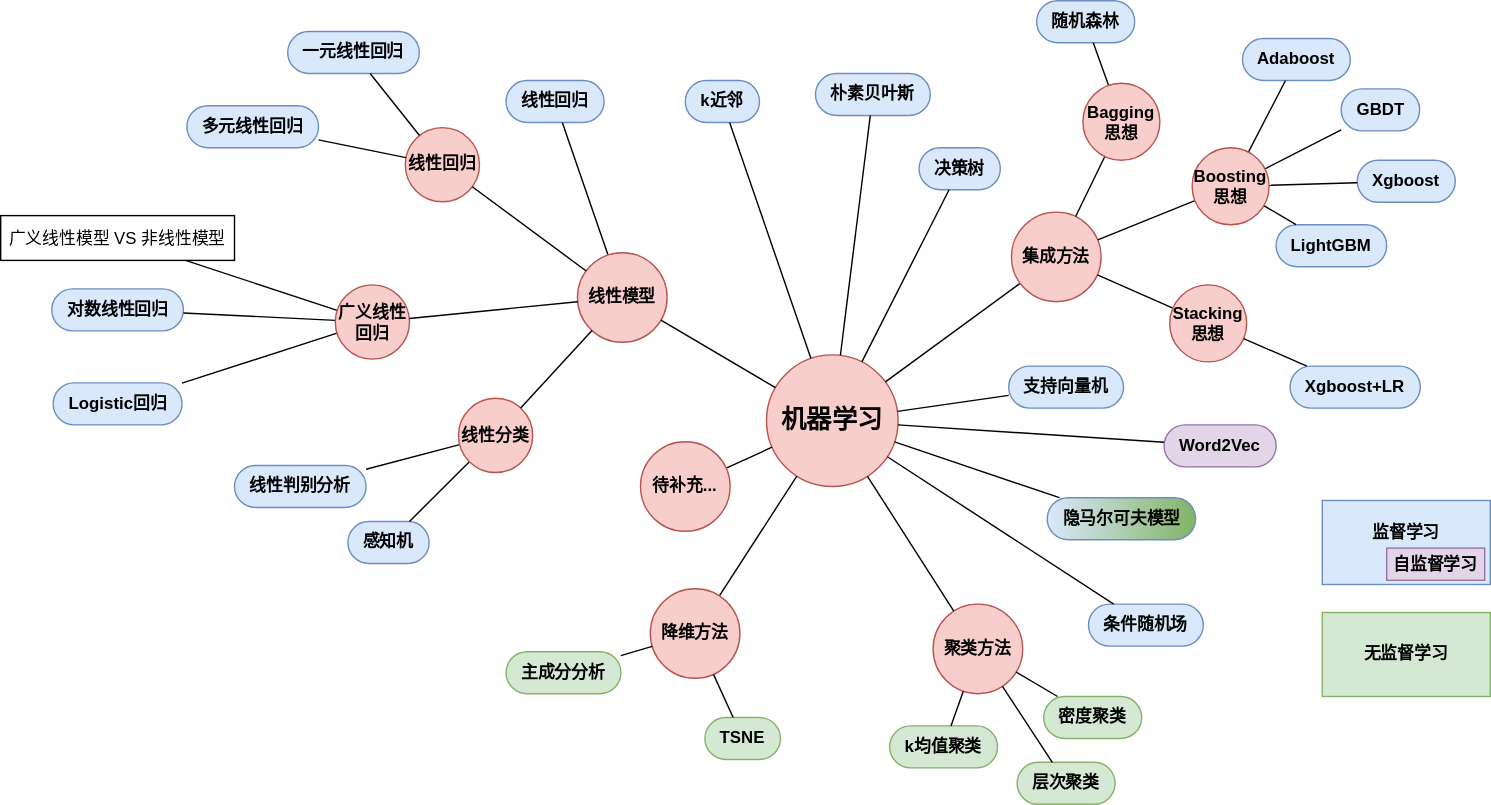
The draw.io diagram imgs/machine_learning.drawio.svg in itmorn/AI.handbook, before a commit. Source tidied: cells renumbered, new cells last; positions are measured from the earlier drawing's top-left corner, leaving out a move shared by most shapes.
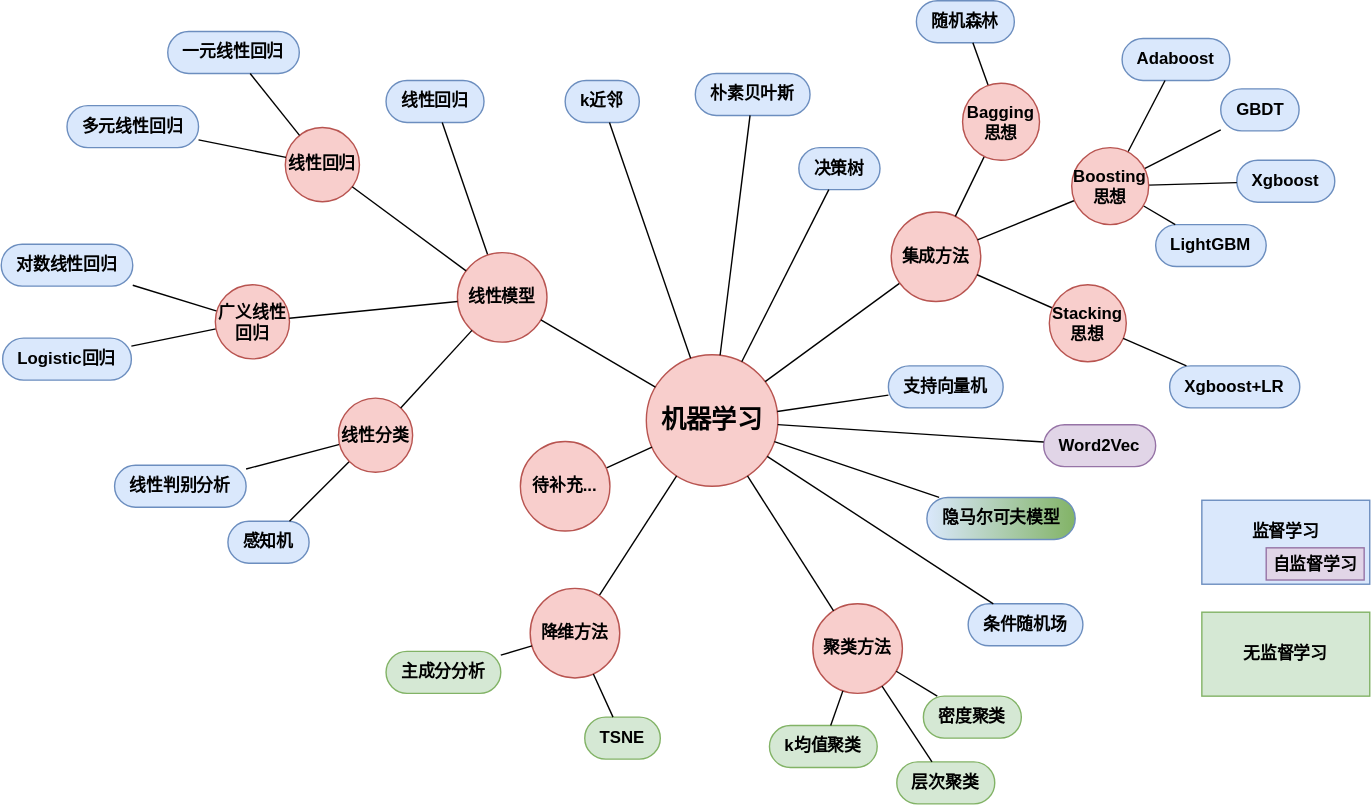
After the commit.

Commit message:
机器学习完成

Change to the diagram source:
```diff
@@ -69,7 +69,7 @@
       <mxGeometry x="503" y="512" width="54" height="30" as="geometry" />
     </mxCell>
     <mxCell id="24" value="Logistic回归" style="whiteSpace=wrap;html=1;rounded=1;arcSize=50;align=center;verticalAlign=middle;strokeWidth=1;spacing=4;newEdgeStyle={&quot;edgeStyle&quot;:&quot;entityRelationEdgeStyle&quot;,&quot;startArrow&quot;:&quot;none&quot;,&quot;endArrow&quot;:&quot;none&quot;,&quot;segment&quot;:10,&quot;curved&quot;:1,&quot;sourcePerimeterSpacing&quot;:0,&quot;targetPerimeterSpacing&quot;:0};fillColor=#dae8fc;strokeColor=#6c8ebf;fontStyle=1;" parent="1" vertex="1">
-      <mxGeometry x="37.5" y="273" width="92" height="30" as="geometry" />
+      <mxGeometry x="87" y="241.2" width="92" height="30" as="geometry" />
     </mxCell>
     <mxCell id="25" style="endArrow=none;html=1;rounded=0;" parent="1" edge="1" source="72" target="24">
       <mxGeometry relative="1" as="geometry" />
@@ -194,18 +194,12 @@
     <mxCell id="65" style="endArrow=none;html=1;rounded=0;" parent="1" edge="1" source="2" target="64">
       <mxGeometry relative="1" as="geometry" />
     </mxCell>
-    <mxCell id="66" value="对数线性回归" style="whiteSpace=wrap;html=1;rounded=1;arcSize=50;align=center;verticalAlign=middle;strokeWidth=1;spacing=4;newEdgeStyle={&quot;edgeStyle&quot;:&quot;entityRelationEdgeStyle&quot;,&quot;startArrow&quot;:&quot;none&quot;,&quot;endArrow&quot;:&quot;none&quot;,&quot;segment&quot;:10,&quot;curved&quot;:1,&quot;sourcePerimeterSpacing&quot;:0,&quot;targetPerimeterSpacing&quot;:0};fillColor=#dae8fc;strokeColor=#6c8ebf;fontStyle=1;" parent="1" vertex="1">
-      <mxGeometry x="36.5" y="205.8" width="94" height="30" as="geometry" />
+    <mxCell id="66" value="对数线性回归" style="whiteSpace=wrap;html=1;rounded=1;arcSize=50;align=center;verticalAlign=middle;strokeWidth=1;spacing=4;newEdgeStyle={&quot;edgeStyle&quot;:&quot;entityRelationEdgeStyle&quot;,&quot;startArrow&quot;:&quot;none&quot;,&quot;endArrow&quot;:&quot;none&quot;,&quot;segment&quot;:10,&quot;curved&quot;:1,&quot;sourcePerimeterSpacing&quot;:0,&quot;targetPerimeterSpacing&quot;:0};fillColor=#dae8fc;strokeColor=#6c8ebf;fontStyle=1;" parent="1" vertex="1" collapsed="1">
+      <mxGeometry x="86" y="174" width="94" height="30" as="geometry" />
     </mxCell>
     <mxCell id="67" style="endArrow=none;html=1;rounded=0;" parent="1" edge="1" source="72" target="66">
       <mxGeometry relative="1" as="geometry" />
     </mxCell>
-    <mxCell id="68" value="广义线性模型 VS&amp;nbsp;非线性模型" style="rounded=0;whiteSpace=wrap;html=1;" parent="1" vertex="1">
-      <mxGeometry y="153.5" width="167" height="32" as="geometry" />
-    </mxCell>
-    <mxCell id="69" style="endArrow=none;html=1;rounded=0;" parent="1" edge="1" source="68" target="72">
-      <mxGeometry relative="1" as="geometry" />
-    </mxCell>
     <mxCell id="70" value="线性回归" style="ellipse;whiteSpace=wrap;html=1;fontStyle=1;fillColor=#f8cecc;strokeColor=#b85450;" parent="1" vertex="1">
       <mxGeometry x="289" y="90.7" width="53" height="53" as="geometry" />
     </mxCell>
```
